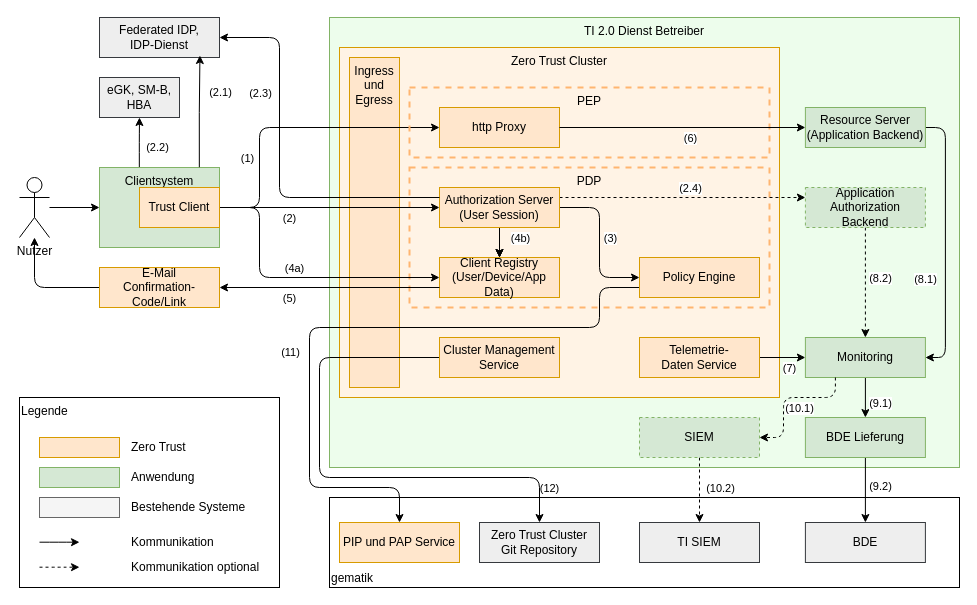
This is src/drawio/Zero-Trust_Architektur.drawio from gematik/spec-t20r, a draw.io file, before an edit. Source tidied: cells renumbered, new cells numbered last; positions are measured from the earlier drawing's top-left corner, leaving out a move shared by most shapes. Both pictures are drawn from the tidied source at 100%, with x=0, y=0 at pixel (19, 17).
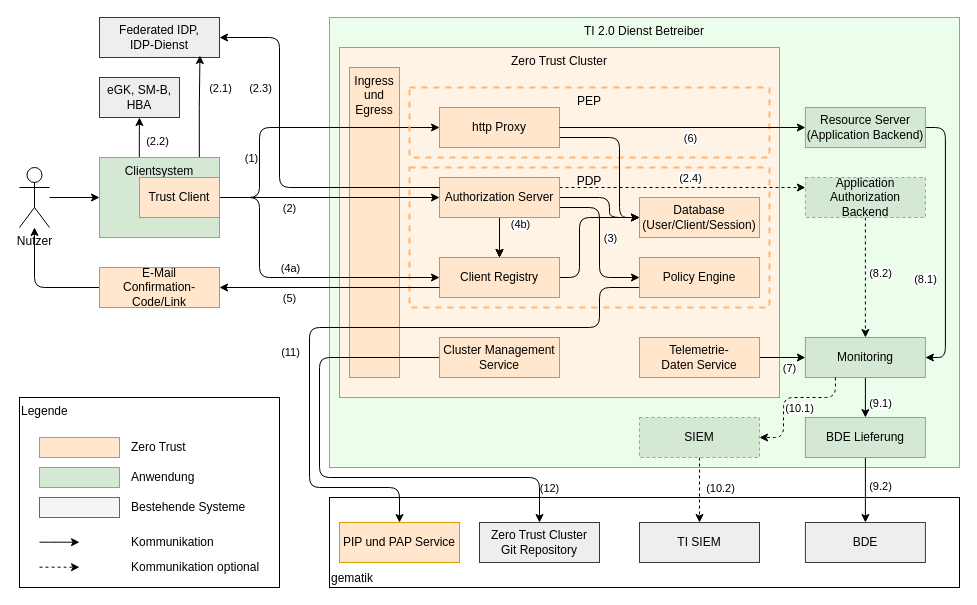
After the change.

Unchanged cells that the change refers to:
```xml
<mxCell id="19" value="Policy Engine" style="rounded=0;whiteSpace=wrap;html=1;fillColor=#ffe6cc;strokeColor=#d79b00;" parent="1" vertex="1">
  <mxGeometry x="620" y="240" width="120" height="40" as="geometry" />
</mxCell>
<mxCell id="46" value="Federated IDP,&lt;div&gt;IDP-Dienst&lt;/div&gt;" style="rounded=0;whiteSpace=wrap;html=1;fillColor=#eeeeee;strokeColor=#36393d;" parent="1" vertex="1">
  <mxGeometry x="80" width="120" height="40" as="geometry" />
</mxCell>
<mxCell id="79" value="http Proxy" style="rounded=0;whiteSpace=wrap;html=1;fillColor=#ffe6cc;strokeColor=#d79b00;" parent="1" vertex="1">
  <mxGeometry x="420" y="90" width="120" height="40" as="geometry" />
</mxCell>
```

What changed in the source:
```diff
@@
     <mxCell id="4" value="Ingress&lt;div&gt;und&lt;/div&gt;&lt;div&gt;Egress&lt;div&gt;&lt;/div&gt;&lt;/div&gt;" style="rounded=0;whiteSpace=wrap;html=1;fillColor=#ffe6cc;strokeColor=#d79b00;verticalAlign=top;" parent="1" vertex="1">
-      <mxGeometry x="330" y="40" width="50" height="330" as="geometry" />
+      <mxGeometry x="330" y="50" width="50" height="310" as="geometry" />
     </mxCell>
@@
-    <mxCell id="8" style="edgeStyle=orthogonalEdgeStyle;rounded=1;jettySize=auto;html=1;entryX=0;entryY=0.5;entryDx=0;entryDy=0;curved=0;enumerate=0;startArrow=none;startFill=0;exitX=1;exitY=0.5;exitDx=0;exitDy=0;" parent="1" edge="1" source="16" target="19">
+    <mxCell id="8" style="edgeStyle=orthogonalEdgeStyle;rounded=1;jettySize=auto;html=1;entryX=0;entryY=0.5;entryDx=0;entryDy=0;curved=0;enumerate=0;startArrow=none;startFill=0;exitX=1;exitY=0.75;exitDx=0;exitDy=0;" parent="1" edge="1" source="16" target="19">
       <mxGeometry relative="1" as="geometry">
         <Array as="points">
           <mxPoint x="580" y="190" />
           <mxPoint x="580" y="260" />
         </Array>
       </mxGeometry>
     </mxCell>
@@
+    <mxCell id="84" style="edgeStyle=orthogonalEdgeStyle;rounded=1;jettySize=auto;html=1;entryX=0;entryY=0.5;entryDx=0;entryDy=0;curved=0;exitX=1;exitY=0.5;exitDx=0;exitDy=0;" parent="1" edge="1" source="16" target="87">
+      <mxGeometry relative="1" as="geometry">
+        <Array as="points">
+          <mxPoint x="590" y="180" />
+          <mxPoint x="590" y="200" />
+        </Array>
+      </mxGeometry>
+    </mxCell>
-    <mxCell id="16" value="Authorization Server&lt;div&gt;(User Session)&lt;/div&gt;" style="rounded=0;whiteSpace=wrap;html=1;fillColor=#ffe6cc;strokeColor=#d79b00;" parent="1" vertex="1">
-      <mxGeometry x="420" y="170" width="120" height="40" as="geometry" />
+    <mxCell id="16" value="Authorization Server" style="rounded=0;whiteSpace=wrap;html=1;fillColor=#ffe6cc;strokeColor=#d79b00;" parent="1" vertex="1">
+      <mxGeometry x="420" y="160" width="120" height="40" as="geometry" />
     </mxCell>
@@
+    <mxCell id="85" style="edgeStyle=orthogonalEdgeStyle;rounded=1;jettySize=auto;html=1;entryX=0;entryY=0.5;entryDx=0;entryDy=0;curved=0;" parent="1" edge="1" source="20" target="87">
+      <mxGeometry relative="1" as="geometry">
+        <Array as="points">
+          <mxPoint x="560" y="260" />
+          <mxPoint x="560" y="200" />
+        </Array>
+      </mxGeometry>
+    </mxCell>
-    <mxCell id="20" value="Client Registry&lt;div&gt;(User/Device/App Data)&lt;/div&gt;" style="rounded=0;whiteSpace=wrap;html=1;fillColor=#ffe6cc;strokeColor=#d79b00;" parent="1" vertex="1">
+    <mxCell id="20" value="Client Registry" style="rounded=0;whiteSpace=wrap;html=1;fillColor=#ffe6cc;strokeColor=#d79b00;" parent="1" vertex="1">
       <mxGeometry x="420" y="240" width="120" height="40" as="geometry" />
     </mxCell>
@@
     <mxCell id="26" value="&lt;div&gt;Application Authorization Backend&lt;/div&gt;" style="rounded=0;whiteSpace=wrap;html=1;fillColor=#d5e8d4;strokeColor=#82b366;dashed=1;" parent="1" vertex="1">
-      <mxGeometry x="785.9" y="170" width="120" height="40" as="geometry" />
+      <mxGeometry x="785.9" y="160" width="120" height="40" as="geometry" />
     </mxCell>
@@
     <mxCell id="36" style="edgeStyle=orthogonalEdgeStyle;rounded=1;jettySize=auto;html=1;curved=0;entryX=0;entryY=0.5;entryDx=0;entryDy=0;exitX=1;exitY=0.5;exitDx=0;exitDy=0;" parent="1" edge="1" source="77" target="79">
       <mxGeometry relative="1" as="geometry">
         <Array as="points">
-          <mxPoint x="240" y="190" />
+          <mxPoint x="240" y="180" />
           <mxPoint x="240" y="110" />
         </Array>
       </mxGeometry>
     </mxCell>
@@
     <mxCell id="40" value="Clientsystem" style="rounded=0;whiteSpace=wrap;html=1;fillColor=#d5e8d4;strokeColor=#82b366;verticalAlign=top;" parent="1" vertex="1">
-      <mxGeometry x="80" y="150" width="120" height="80" as="geometry" />
+      <mxGeometry x="80" y="140" width="120" height="80" as="geometry" />
     </mxCell>
@@
     <mxCell id="42" value="Nutzer" style="shape=umlActor;verticalLabelPosition=bottom;verticalAlign=top;html=1;outlineConnect=0;" parent="1" vertex="1">
-      <mxGeometry y="160" width="30" height="60" as="geometry" />
+      <mxGeometry y="150" width="30" height="60" as="geometry" />
     </mxCell>
@@
     <mxCell id="73" style="edgeStyle=orthogonalEdgeStyle;rounded=1;jettySize=auto;html=1;curved=0;exitX=1;exitY=0.5;exitDx=0;exitDy=0;" parent="1" edge="1" source="77" target="20">
       <mxGeometry relative="1" as="geometry">
         <Array as="points">
-          <mxPoint x="240" y="190" />
+          <mxPoint x="240" y="180" />
           <mxPoint x="240" y="260" />
         </Array>
       </mxGeometry>
     </mxCell>
@@
     <mxCell id="77" value="Trust Client" style="rounded=0;whiteSpace=wrap;html=1;fillColor=#ffe6cc;strokeColor=#d79b00;" parent="1" vertex="1">
-      <mxGeometry x="120" y="170" width="80" height="40" as="geometry" />
+      <mxGeometry x="120" y="160" width="80" height="40" as="geometry" />
     </mxCell>
@@
+    <mxCell id="86" style="edgeStyle=orthogonalEdgeStyle;rounded=1;jettySize=auto;html=1;curved=0;exitX=1;exitY=0.75;exitDx=0;exitDy=0;" parent="1" edge="1" source="79">
+      <mxGeometry relative="1" as="geometry">
+        <mxPoint x="620" y="200" as="targetPoint" />
+        <Array as="points">
+          <mxPoint x="600" y="120" />
+          <mxPoint x="600" y="200" />
+        </Array>
+      </mxGeometry>
+    </mxCell>
@@
     <mxCell id="80" style="edgeStyle=orthogonalEdgeStyle;rounded=1;jettySize=auto;html=1;entryX=1;entryY=0.5;entryDx=0;entryDy=0;exitX=0;exitY=0.25;exitDx=0;exitDy=0;curved=0;" parent="1" edge="1" source="16" target="46">
       <mxGeometry relative="1" as="geometry">
         <Array as="points">
-          <mxPoint x="260" y="180" />
+          <mxPoint x="260" y="170" />
           <mxPoint x="260" y="20" />
         </Array>
       </mxGeometry>
     </mxCell>
@@
+    <mxCell id="87" value="Database&lt;div&gt;(User/Client/Session)&lt;/div&gt;" style="rounded=0;whiteSpace=wrap;html=1;fillColor=#ffe6cc;strokeColor=#d79b00;" parent="1" vertex="1">
+      <mxGeometry x="620" y="180" width="120" height="40" as="geometry" />
+    </mxCell>
```
